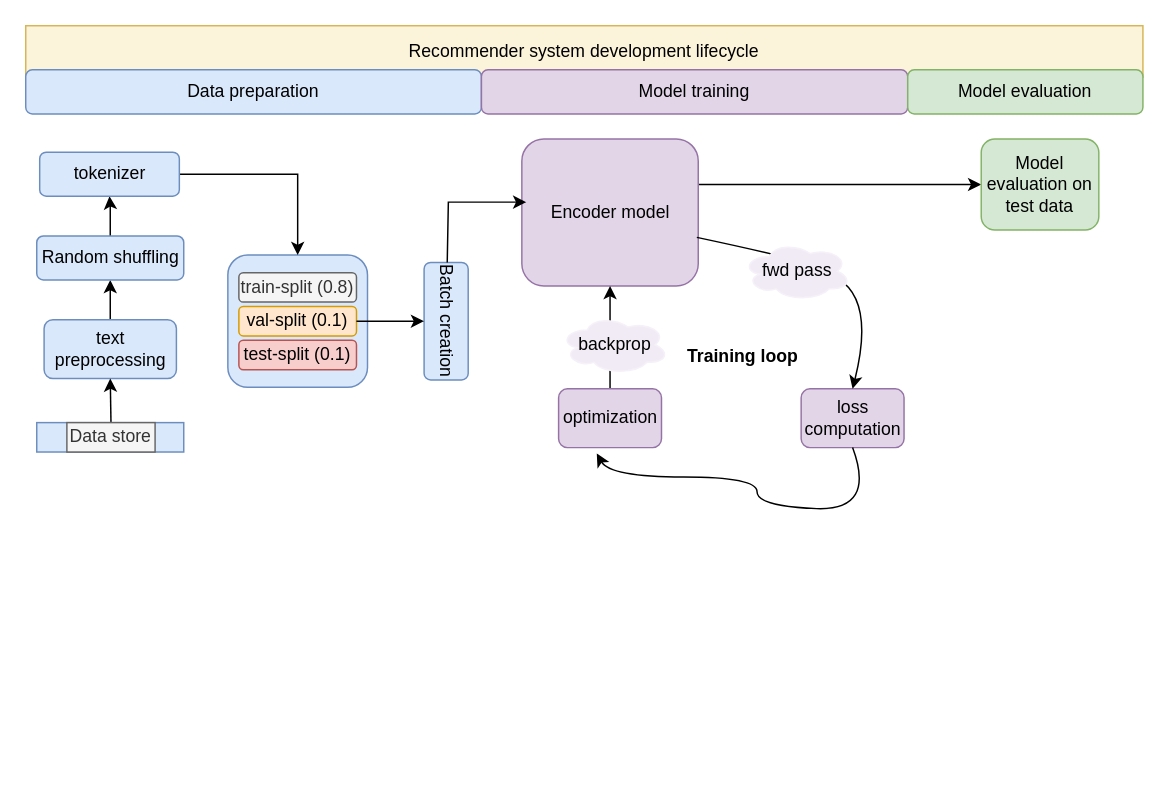
Earlier version of the draw.io diagram page "Page-4" (4 of 4) of Untitled Diagram.drawio (prabhupad26/100daysofML). Source tidied: cells renumbered, new cells numbered last; positions are measured from the earlier drawing's top-left corner, leaving out a move shared by most shapes. Both pictures are drawn from the tidied source at 147%, with x=0, y=0 at pixel (25, 25).
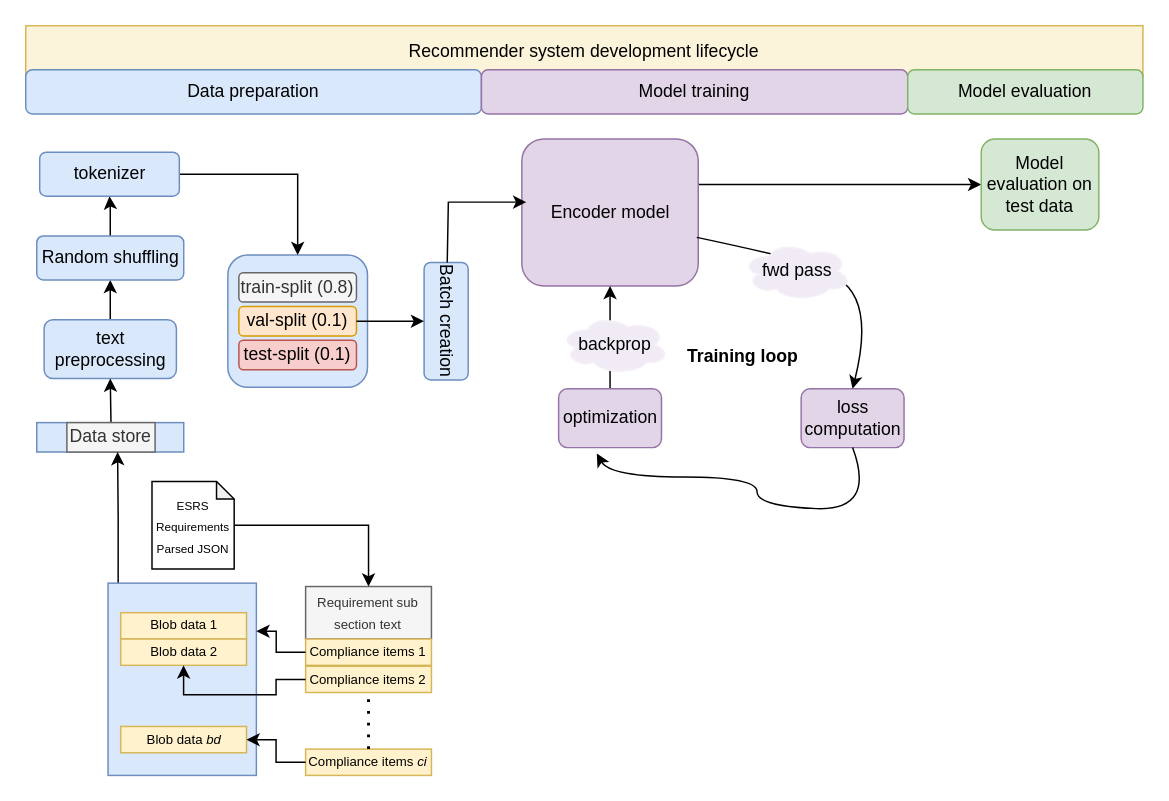
Above is the later version.

What changed in the source:
```diff
@@
+    <mxCell id="36" style="edgeStyle=orthogonalEdgeStyle;rounded=0;jettySize=auto;html=1;exitX=0.068;exitY=0.216;exitDx=0;exitDy=0;exitPerimeter=0;" parent="1" edge="1" source="37">
+      <mxGeometry relative="1" as="geometry">
+        <mxPoint x="62.5" y="290" as="targetPoint" />
+      </mxGeometry>
+    </mxCell>
+    <mxCell id="37" style="rounded=0;whiteSpace=wrap;html=1;fillColor=#dae8fc;strokeColor=#6c8ebf;" parent="1" vertex="1">
+      <mxGeometry x="56" y="379.2" width="100.9" height="130.8" as="geometry" />
+    </mxCell>
+    <mxCell id="38" value="&lt;font style=&quot;font-size: 9px;&quot;&gt;Requirement sub section text&lt;/font&gt;" style="rounded=0;whiteSpace=wrap;html=1;fillColor=#f5f5f5;strokeColor=#666666;fontColor=#333333;" parent="1" vertex="1">
+      <mxGeometry x="190.4" y="381.5" width="85.6" height="35.7" as="geometry" />
+    </mxCell>
+    <mxCell id="39" value="Compliance items 1" style="rounded=0;whiteSpace=wrap;html=1;fillColor=#fff2cc;strokeColor=#d6b656;fontSize=9;" parent="1" vertex="1">
+      <mxGeometry x="190.4" y="417.2" width="85.6" height="17.9" as="geometry" />
+    </mxCell>
+    <mxCell id="40" value="Compliance items &lt;i style=&quot;font-size: 9px;&quot;&gt;ci&lt;/i&gt;" style="rounded=0;whiteSpace=wrap;html=1;fillColor=#fff2cc;strokeColor=#d6b656;fontSize=9;" parent="1" vertex="1">
+      <mxGeometry x="190.4" y="492.1" width="85.6" height="17.9" as="geometry" />
+    </mxCell>
+    <mxCell id="41" value="Compliance items 2" style="rounded=0;whiteSpace=wrap;html=1;fillColor=#fff2cc;strokeColor=#d6b656;fontSize=9;" parent="1" vertex="1">
+      <mxGeometry x="190.4" y="435.7" width="85.6" height="17.9" as="geometry" />
+    </mxCell>
+    <mxCell id="42" style="endArrow=none;dashed=1;html=1;dashPattern=1 3;strokeWidth=2;rounded=0;entryX=0.5;entryY=1;entryDx=0;entryDy=0;exitX=0.5;exitY=0;exitDx=0;exitDy=0;" parent="1" edge="1" source="40" target="41">
+      <mxGeometry relative="1" as="geometry" />
+    </mxCell>
+    <mxCell id="43" style="edgeStyle=orthogonalEdgeStyle;rounded=0;jettySize=auto;html=1;entryX=0.5;entryY=0;entryDx=0;entryDy=0;" parent="1" edge="1" source="44" target="38">
+      <mxGeometry relative="1" as="geometry" />
+    </mxCell>
+    <mxCell id="44" value="&lt;font style=&quot;font-size: 8px;&quot;&gt;ESRS Requirements Parsed JSON&lt;/font&gt;" style="shape=note;whiteSpace=wrap;html=1;backgroundOutline=1;darkOpacity=0.05;size=12;" parent="1" vertex="1">
+      <mxGeometry x="85.9" y="310" width="55.9" height="59.5" as="geometry" />
+    </mxCell>
+    <mxCell id="45" value="Blob data 1" style="rounded=0;whiteSpace=wrap;html=1;fillColor=#fff2cc;strokeColor=#d6b656;fontSize=9;" parent="1" vertex="1">
+      <mxGeometry x="64.6" y="399.3" width="85.6" height="17.9" as="geometry" />
+    </mxCell>
+    <mxCell id="46" style="edgeStyle=orthogonalEdgeStyle;rounded=0;jettySize=auto;html=1;entryX=1;entryY=0.25;entryDx=0;entryDy=0;" parent="1" edge="1" source="39" target="37">
+      <mxGeometry relative="1" as="geometry" />
+    </mxCell>
+    <mxCell id="47" value="Blob data 2" style="rounded=0;whiteSpace=wrap;html=1;fillColor=#fff2cc;strokeColor=#d6b656;fontSize=9;" parent="1" vertex="1">
+      <mxGeometry x="64.6" y="417.2" width="85.6" height="17.9" as="geometry" />
+    </mxCell>
+    <mxCell id="48" style="edgeStyle=orthogonalEdgeStyle;rounded=0;jettySize=auto;html=1;" parent="1" edge="1" source="41" target="47">
+      <mxGeometry relative="1" as="geometry" />
+    </mxCell>
+    <mxCell id="49" value="Blob data &lt;i style=&quot;font-size: 9px;&quot;&gt;bd&lt;/i&gt;" style="rounded=0;whiteSpace=wrap;html=1;fillColor=#fff2cc;strokeColor=#d6b656;fontSize=9;" parent="1" vertex="1">
+      <mxGeometry x="64.6" y="476.7" width="85.6" height="17.9" as="geometry" />
+    </mxCell>
+    <mxCell id="50" style="edgeStyle=orthogonalEdgeStyle;rounded=0;jettySize=auto;html=1;" parent="1" edge="1" source="40" target="49">
+      <mxGeometry relative="1" as="geometry" />
+    </mxCell>
```
